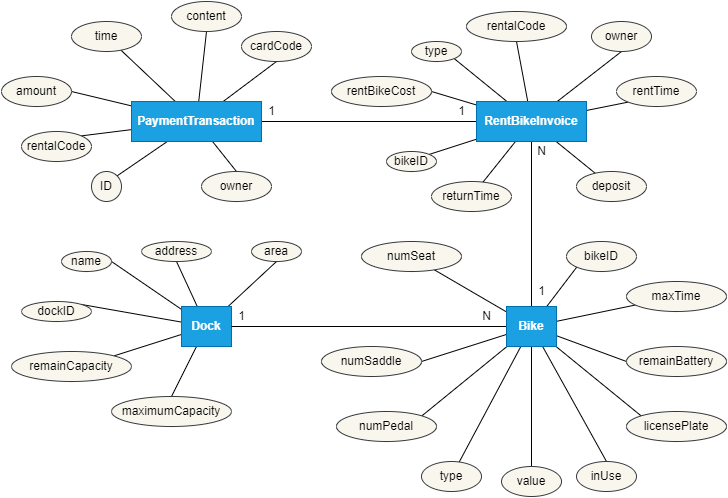
Earlier version of the draw.io export Data Modelling/ERD.png (Tahuubinh/Capstone_TKXDPM.20221_Group-7-). Source tidied: cells renumbered, new cells last; positions are measured from the earlier drawing's top-left corner, leaving out a move shared by most shapes.
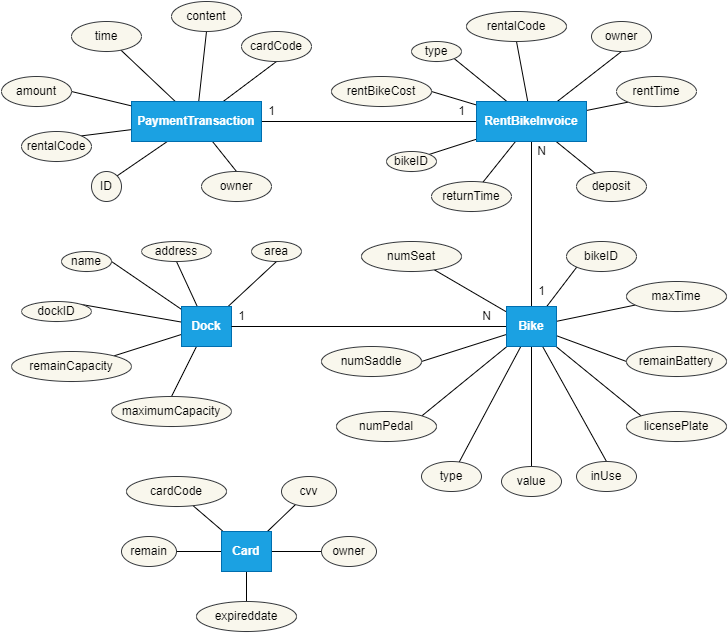
Above is the later version.

The edit, as a diff of the source:
```diff
@@ -227,5 +227,38 @@
     <mxCell id="76" value="1" style="text;html=1;align=center;verticalAlign=middle;strokeColor=none;fillColor=none;" parent="1" vertex="1">
       <mxGeometry x="225" y="300" width="30" height="30" as="geometry" />
     </mxCell>
+    <mxCell id="77" style="rounded=0;jettySize=auto;html=1;endArrow=none;endFill=0;" parent="1" edge="1" source="82" target="84">
+      <mxGeometry relative="1" as="geometry" />
+    </mxCell>
+    <mxCell id="78" style="edgeStyle=none;rounded=0;jettySize=auto;html=1;endArrow=none;endFill=0;" parent="1" edge="1" source="82" target="83">
+      <mxGeometry relative="1" as="geometry" />
+    </mxCell>
+    <mxCell id="79" style="edgeStyle=none;rounded=0;jettySize=auto;html=1;entryX=1;entryY=0.5;entryDx=0;entryDy=0;endArrow=none;endFill=0;" parent="1" edge="1" source="82" target="87">
+      <mxGeometry relative="1" as="geometry" />
+    </mxCell>
+    <mxCell id="80" style="edgeStyle=none;rounded=0;jettySize=auto;html=1;entryX=0;entryY=0.5;entryDx=0;entryDy=0;endArrow=none;endFill=0;" parent="1" edge="1" source="82" target="85">
+      <mxGeometry relative="1" as="geometry" />
+    </mxCell>
+    <mxCell id="81" style="edgeStyle=none;rounded=0;jettySize=auto;html=1;endArrow=none;endFill=0;" parent="1" edge="1" source="82" target="86">
+      <mxGeometry relative="1" as="geometry" />
+    </mxCell>
+    <mxCell id="82" value="Card" style="rounded=0;whiteSpace=wrap;html=1;fontStyle=1;fillColor=#1ba1e2;fontColor=#ffffff;strokeColor=#006EAF;" parent="1" vertex="1">
+      <mxGeometry x="220" y="530" width="50" height="40" as="geometry" />
+    </mxCell>
+    <mxCell id="83" value="cardCode" style="ellipse;whiteSpace=wrap;html=1;fillColor=#f9f7ed;strokeColor=#36393d;" parent="1" vertex="1">
+      <mxGeometry x="125" y="475" width="100" height="30" as="geometry" />
+    </mxCell>
+    <mxCell id="84" value="cvv" style="ellipse;whiteSpace=wrap;html=1;fillColor=#f9f7ed;strokeColor=#36393d;" parent="1" vertex="1">
+      <mxGeometry x="280" y="475" width="55" height="30" as="geometry" />
+    </mxCell>
+    <mxCell id="85" value="owner" style="ellipse;whiteSpace=wrap;html=1;fillColor=#f9f7ed;strokeColor=#36393d;" parent="1" vertex="1">
+      <mxGeometry x="320" y="535" width="55" height="30" as="geometry" />
+    </mxCell>
+    <mxCell id="86" value="expireddate" style="ellipse;whiteSpace=wrap;html=1;fillColor=#f9f7ed;strokeColor=#36393d;" parent="1" vertex="1">
+      <mxGeometry x="195" y="600" width="100" height="30" as="geometry" />
+    </mxCell>
+    <mxCell id="87" value="remain" style="ellipse;whiteSpace=wrap;html=1;fillColor=#f9f7ed;strokeColor=#36393d;" parent="1" vertex="1">
+      <mxGeometry x="120" y="535" width="55" height="30" as="geometry" />
+    </mxCell>
   </root>
 </mxGraphModel>
```
